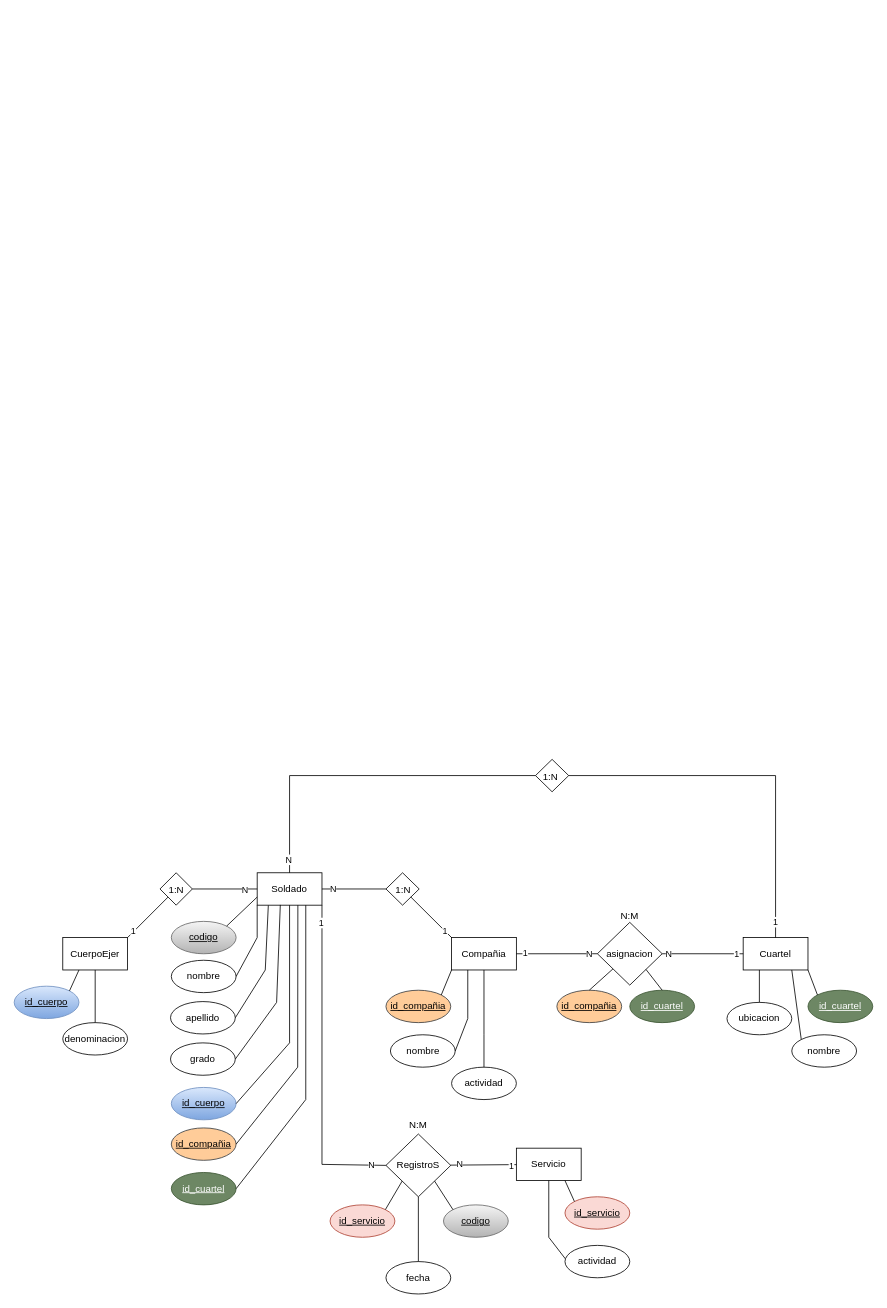
Earlier version of the draw.io diagram page "trabajo-5" (4 of 4) of Diagrama sin título.drawio (JDFrontEnd/programacion-software-sena). Source tidied: cells renumbered, new cells numbered last; positions are measured from the earlier drawing's top-left corner, leaving out a move shared by most shapes. Both pictures are drawn from the tidied source at 81%, with x=0, y=0 at pixel (14, 759).
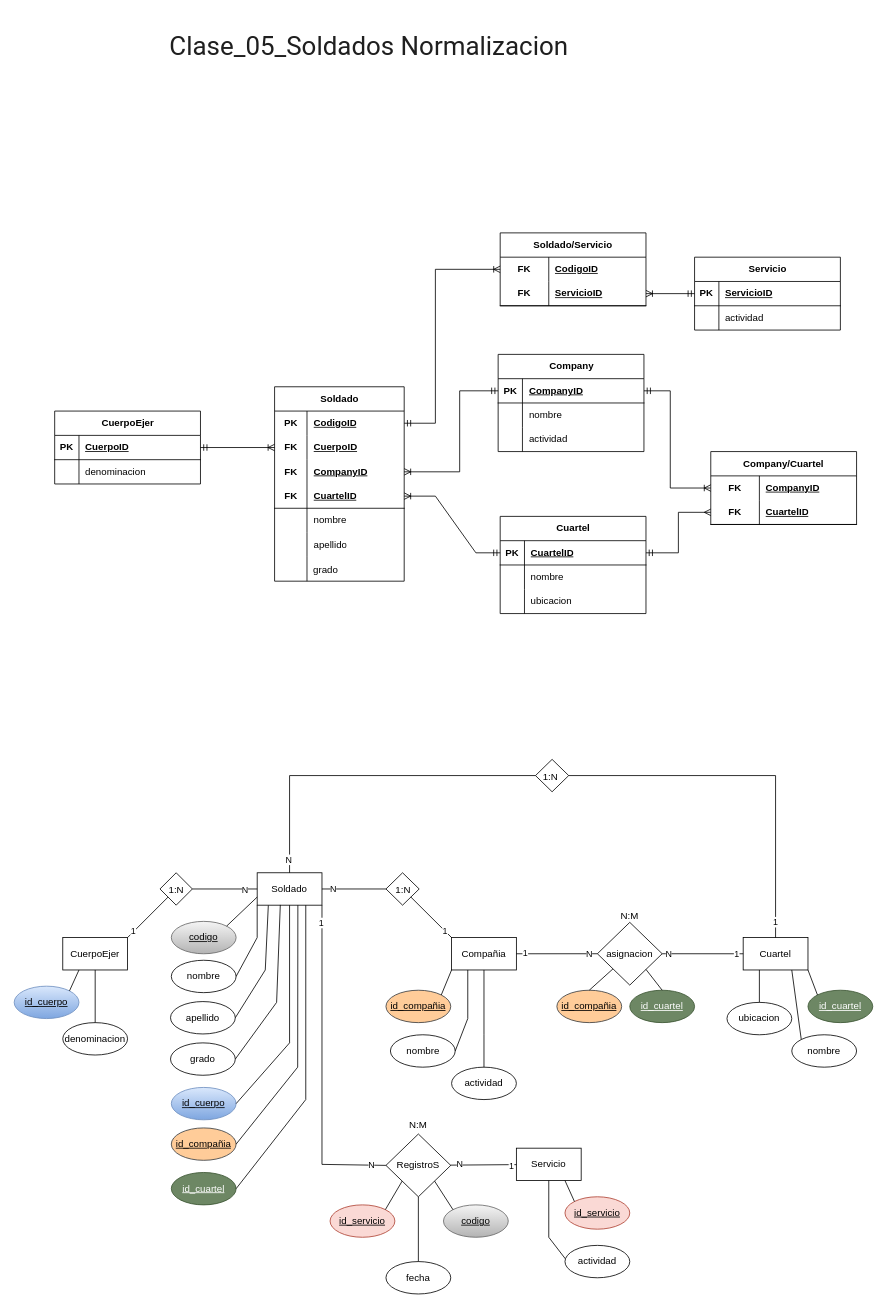
Above is the later version.

The edit, as a diff of the source:
```diff
@@
+    <mxCell id="85" value="Soldado" style="shape=table;startSize=30;childLayout=tableLayout;rowLines=0;fontStyle=1;align=center;html=1;whiteSpace=wrap;" parent="1" vertex="1">
+      <mxGeometry x="321.5" y="-460" width="160" height="240" as="geometry" />
+    </mxCell>
+    <mxCell id="86" style="shape=tableRow;horizontal=0;startSize=0;swimlaneHead=0;swimlaneBody=0;fillColor=none;points=[[0,0.5],[1,0.5]];portConstraint=eastwest;top=0;left=0;right=0;bottom=0;html=1;" parent="85" vertex="1">
+      <mxGeometry y="30" width="160" height="30" as="geometry" />
+    </mxCell>
+    <mxCell id="87" value="PK" style="shape=partialRectangle;fillColor=none;top=0;left=0;bottom=0;right=0;fontStyle=1;overflow=hidden;html=1;whiteSpace=wrap;" parent="86" vertex="1">
+      <mxGeometry width="40" height="30" as="geometry" />
+    </mxCell>
+    <mxCell id="88" value="CodigoID" style="shape=partialRectangle;fillColor=none;top=0;left=0;bottom=0;right=0;align=left;spacingLeft=6;fontStyle=5;overflow=hidden;html=1;whiteSpace=wrap;" parent="86" vertex="1">
+      <mxGeometry x="40" width="120" height="30" as="geometry" />
+    </mxCell>
+    <mxCell id="89" style="shape=tableRow;horizontal=0;startSize=0;swimlaneHead=0;swimlaneBody=0;fillColor=none;points=[[0,0.5],[1,0.5]];portConstraint=eastwest;top=0;left=0;right=0;bottom=0;html=1;" parent="85" vertex="1">
+      <mxGeometry y="60" width="160" height="30" as="geometry" />
+    </mxCell>
+    <mxCell id="90" value="FK" style="shape=partialRectangle;fillColor=none;top=0;left=0;bottom=0;right=0;fontStyle=1;overflow=hidden;html=1;whiteSpace=wrap;" parent="89" vertex="1">
+      <mxGeometry width="40" height="30" as="geometry" />
+    </mxCell>
+    <mxCell id="91" value="CuerpoID" style="shape=partialRectangle;fillColor=none;top=0;left=0;bottom=0;right=0;align=left;spacingLeft=6;fontStyle=5;overflow=hidden;html=1;whiteSpace=wrap;" parent="89" vertex="1">
+      <mxGeometry x="40" width="120" height="30" as="geometry" />
+    </mxCell>
+    <mxCell id="92" style="shape=tableRow;horizontal=0;startSize=0;swimlaneHead=0;swimlaneBody=0;fillColor=none;points=[[0,0.5],[1,0.5]];portConstraint=eastwest;top=0;left=0;right=0;bottom=0;html=1;" parent="85" vertex="1">
+      <mxGeometry y="90" width="160" height="30" as="geometry" />
+    </mxCell>
+    <mxCell id="93" value="FK" style="shape=partialRectangle;fillColor=none;top=0;left=0;bottom=0;right=0;fontStyle=1;overflow=hidden;html=1;whiteSpace=wrap;" parent="92" vertex="1">
+      <mxGeometry width="40" height="30" as="geometry" />
+    </mxCell>
+    <mxCell id="94" value="CompanyID" style="shape=partialRectangle;fillColor=none;top=0;left=0;bottom=0;right=0;align=left;spacingLeft=6;fontStyle=5;overflow=hidden;html=1;whiteSpace=wrap;" parent="92" vertex="1">
+      <mxGeometry x="40" width="120" height="30" as="geometry" />
+    </mxCell>
+    <mxCell id="95" style="shape=tableRow;horizontal=0;startSize=0;swimlaneHead=0;swimlaneBody=0;fillColor=none;points=[[0,0.5],[1,0.5]];portConstraint=eastwest;top=0;left=0;right=0;bottom=1;html=1;" parent="85" vertex="1">
+      <mxGeometry y="120" width="160" height="30" as="geometry" />
+    </mxCell>
+    <mxCell id="96" value="FK" style="shape=partialRectangle;fillColor=none;top=0;left=0;bottom=0;right=0;fontStyle=1;overflow=hidden;html=1;whiteSpace=wrap;" parent="95" vertex="1">
+      <mxGeometry width="40" height="30" as="geometry" />
+    </mxCell>
+    <mxCell id="97" value="CuartelID" style="shape=partialRectangle;fillColor=none;top=0;left=0;bottom=0;right=0;align=left;spacingLeft=6;fontStyle=5;overflow=hidden;html=1;whiteSpace=wrap;" parent="95" vertex="1">
+      <mxGeometry x="40" width="120" height="30" as="geometry" />
+    </mxCell>
+    <mxCell id="98" style="shape=tableRow;horizontal=0;startSize=0;swimlaneHead=0;swimlaneBody=0;fillColor=none;top=0;left=0;right=0;bottom=0;html=1;" parent="85" vertex="1">
+      <mxGeometry y="150" width="160" height="30" as="geometry" />
+    </mxCell>
+    <mxCell id="99" style="shape=partialRectangle;fillColor=none;top=0;left=0;bottom=0;right=0;overflow=hidden;html=1;whiteSpace=wrap;" parent="98" vertex="1">
+      <mxGeometry width="40" height="30" as="geometry" />
+    </mxCell>
+    <mxCell id="100" value="nombre" style="shape=partialRectangle;fillColor=none;top=0;left=0;bottom=0;right=0;align=left;spacingLeft=6;overflow=hidden;html=1;whiteSpace=wrap;" parent="98" vertex="1">
+      <mxGeometry x="40" width="120" height="30" as="geometry" />
+    </mxCell>
+    <mxCell id="101" style="shape=tableRow;horizontal=0;startSize=0;swimlaneHead=0;swimlaneBody=0;fillColor=none;top=0;left=0;right=0;bottom=0;html=1;" parent="85" vertex="1">
+      <mxGeometry y="180" width="160" height="30" as="geometry" />
+    </mxCell>
+    <mxCell id="102" style="shape=partialRectangle;fillColor=none;top=0;left=0;bottom=0;right=0;overflow=hidden;html=1;whiteSpace=wrap;" parent="101" vertex="1">
+      <mxGeometry width="40" height="30" as="geometry" />
+    </mxCell>
+    <mxCell id="103" value="apellido" style="shape=partialRectangle;fillColor=none;top=0;left=0;bottom=0;right=0;align=left;spacingLeft=6;overflow=hidden;html=1;whiteSpace=wrap;" parent="101" vertex="1">
+      <mxGeometry x="40" width="120" height="30" as="geometry" />
+    </mxCell>
+    <mxCell id="104" style="shape=tableRow;horizontal=0;startSize=0;swimlaneHead=0;swimlaneBody=0;fillColor=none;top=0;left=0;right=0;bottom=0;" parent="85" vertex="1">
+      <mxGeometry y="210" width="160" height="30" as="geometry" />
+    </mxCell>
+    <mxCell id="105" style="shape=partialRectangle;fillColor=none;top=0;left=0;bottom=0;right=0;overflow=hidden;" parent="104" vertex="1">
+      <mxGeometry width="40" height="30" as="geometry" />
+    </mxCell>
+    <mxCell id="106" value="grado" style="shape=partialRectangle;fillColor=none;top=0;left=0;bottom=0;right=0;align=left;spacingLeft=6;overflow=hidden;" parent="104" vertex="1">
+      <mxGeometry x="40" width="120" height="30" as="geometry" />
+    </mxCell>
+    <mxCell id="107" value="CuerpoEjer" style="shape=table;startSize=30;childLayout=tableLayout;rowLines=0;fontStyle=1;align=center;html=1;" parent="1" vertex="1">
+      <mxGeometry x="50" y="-430" width="180" height="90" as="geometry" />
+    </mxCell>
+    <mxCell id="108" style="shape=tableRow;horizontal=0;startSize=0;swimlaneHead=0;swimlaneBody=0;fillColor=none;points=[[0,0.5],[1,0.5]];portConstraint=eastwest;top=0;left=0;right=0;bottom=1;" parent="107" vertex="1">
+      <mxGeometry y="30" width="180" height="30" as="geometry" />
+    </mxCell>
+    <mxCell id="109" value="PK" style="shape=partialRectangle;fillColor=none;top=0;left=0;bottom=0;right=0;fontStyle=1;overflow=hidden;whiteSpace=wrap;html=1;" parent="108" vertex="1">
+      <mxGeometry width="30" height="30" as="geometry" />
+    </mxCell>
+    <mxCell id="110" value="CuerpoID" style="shape=partialRectangle;fillColor=none;top=0;left=0;bottom=0;right=0;align=left;spacingLeft=6;fontStyle=5;overflow=hidden;whiteSpace=wrap;html=1;" parent="108" vertex="1">
+      <mxGeometry x="30" width="150" height="30" as="geometry" />
+    </mxCell>
+    <mxCell id="111" style="shape=tableRow;horizontal=0;startSize=0;swimlaneHead=0;swimlaneBody=0;fillColor=none;top=0;left=0;right=0;bottom=0;" parent="107" vertex="1">
+      <mxGeometry y="60" width="180" height="30" as="geometry" />
+    </mxCell>
+    <mxCell id="112" style="shape=partialRectangle;fillColor=none;top=0;left=0;bottom=0;right=0;overflow=hidden;whiteSpace=wrap;html=1;" parent="111" vertex="1">
+      <mxGeometry width="30" height="30" as="geometry" />
+    </mxCell>
+    <mxCell id="113" value="&lt;span style=&quot;text-align: center;&quot;&gt;denominacion&lt;/span&gt;" style="shape=partialRectangle;fillColor=none;top=0;left=0;bottom=0;right=0;align=left;spacingLeft=6;overflow=hidden;whiteSpace=wrap;html=1;" parent="111" vertex="1">
+      <mxGeometry x="30" width="150" height="30" as="geometry" />
+    </mxCell>
+    <mxCell id="114" value="Company" style="shape=table;startSize=30;childLayout=tableLayout;rowLines=0;fontStyle=1;align=center;html=1;" parent="1" vertex="1">
+      <mxGeometry x="597.5" y="-500" width="180" height="120" as="geometry" />
+    </mxCell>
+    <mxCell id="115" style="shape=tableRow;horizontal=0;startSize=0;swimlaneHead=0;swimlaneBody=0;fillColor=none;points=[[0,0.5],[1,0.5]];portConstraint=eastwest;top=0;left=0;right=0;bottom=1;" parent="114" vertex="1">
+      <mxGeometry y="30" width="180" height="30" as="geometry" />
+    </mxCell>
+    <mxCell id="116" value="PK" style="shape=partialRectangle;fillColor=none;top=0;left=0;bottom=0;right=0;fontStyle=1;overflow=hidden;whiteSpace=wrap;html=1;" parent="115" vertex="1">
+      <mxGeometry width="30" height="30" as="geometry" />
+    </mxCell>
+    <mxCell id="117" value="CompanyID" style="shape=partialRectangle;fillColor=none;top=0;left=0;bottom=0;right=0;align=left;spacingLeft=6;fontStyle=5;overflow=hidden;whiteSpace=wrap;html=1;" parent="115" vertex="1">
+      <mxGeometry x="30" width="150" height="30" as="geometry" />
+    </mxCell>
+    <mxCell id="118" style="shape=tableRow;horizontal=0;startSize=0;swimlaneHead=0;swimlaneBody=0;fillColor=none;top=0;left=0;right=0;bottom=0;" parent="114" vertex="1">
+      <mxGeometry y="60" width="180" height="30" as="geometry" />
+    </mxCell>
+    <mxCell id="119" style="shape=partialRectangle;fillColor=none;top=0;left=0;bottom=0;right=0;overflow=hidden;whiteSpace=wrap;html=1;" parent="118" vertex="1">
+      <mxGeometry width="30" height="30" as="geometry" />
+    </mxCell>
+    <mxCell id="120" value="&lt;span style=&quot;text-align: center;&quot;&gt;nombre&lt;/span&gt;" style="shape=partialRectangle;fillColor=none;top=0;left=0;bottom=0;right=0;align=left;spacingLeft=6;overflow=hidden;whiteSpace=wrap;html=1;" parent="118" vertex="1">
+      <mxGeometry x="30" width="150" height="30" as="geometry" />
+    </mxCell>
+    <mxCell id="121" style="shape=tableRow;horizontal=0;startSize=0;swimlaneHead=0;swimlaneBody=0;fillColor=none;top=0;left=0;right=0;bottom=0;" parent="114" vertex="1">
+      <mxGeometry y="90" width="180" height="30" as="geometry" />
+    </mxCell>
+    <mxCell id="122" style="shape=partialRectangle;fillColor=none;top=0;left=0;bottom=0;right=0;overflow=hidden;whiteSpace=wrap;html=1;" parent="121" vertex="1">
+      <mxGeometry width="30" height="30" as="geometry" />
+    </mxCell>
+    <mxCell id="123" value="&lt;span style=&quot;text-align: center;&quot;&gt;actividad&lt;/span&gt;" style="shape=partialRectangle;fillColor=none;top=0;left=0;bottom=0;right=0;align=left;spacingLeft=6;overflow=hidden;whiteSpace=wrap;html=1;" parent="121" vertex="1">
+      <mxGeometry x="30" width="150" height="30" as="geometry" />
+    </mxCell>
+    <mxCell id="124" value="Company/Cuartel" style="shape=table;startSize=30;childLayout=tableLayout;rowLines=0;fontStyle=1;align=center;html=1;whiteSpace=wrap;" parent="1" vertex="1">
+      <mxGeometry x="860" y="-380" width="180" height="90" as="geometry" />
+    </mxCell>
+    <mxCell id="125" style="shape=tableRow;horizontal=0;startSize=0;swimlaneHead=0;swimlaneBody=0;fillColor=none;points=[[0,0.5],[1,0.5]];portConstraint=eastwest;top=0;left=0;right=0;bottom=0;html=1;" parent="124" vertex="1">
+      <mxGeometry y="30" width="180" height="30" as="geometry" />
+    </mxCell>
+    <mxCell id="126" value="FK" style="shape=partialRectangle;fillColor=none;top=0;left=0;bottom=0;right=0;fontStyle=1;overflow=hidden;html=1;whiteSpace=wrap;" parent="125" vertex="1">
+      <mxGeometry width="60" height="30" as="geometry" />
+    </mxCell>
+    <mxCell id="127" value="CompanyID" style="shape=partialRectangle;fillColor=none;top=0;left=0;bottom=0;right=0;align=left;spacingLeft=6;fontStyle=5;overflow=hidden;html=1;whiteSpace=wrap;" parent="125" vertex="1">
+      <mxGeometry x="60" width="120" height="30" as="geometry" />
+    </mxCell>
+    <mxCell id="128" style="shape=tableRow;horizontal=0;startSize=0;swimlaneHead=0;swimlaneBody=0;fillColor=none;points=[[0,0.5],[1,0.5]];portConstraint=eastwest;top=0;left=0;right=0;bottom=1;html=1;" parent="124" vertex="1">
+      <mxGeometry y="60" width="180" height="30" as="geometry" />
+    </mxCell>
+    <mxCell id="129" value="FK" style="shape=partialRectangle;fillColor=none;top=0;left=0;bottom=0;right=0;fontStyle=1;overflow=hidden;html=1;whiteSpace=wrap;" parent="128" vertex="1">
+      <mxGeometry width="60" height="30" as="geometry" />
+    </mxCell>
+    <mxCell id="130" value="CuartelID" style="shape=partialRectangle;fillColor=none;top=0;left=0;bottom=0;right=0;align=left;spacingLeft=6;fontStyle=5;overflow=hidden;html=1;whiteSpace=wrap;" parent="128" vertex="1">
+      <mxGeometry x="60" width="120" height="30" as="geometry" />
+    </mxCell>
+    <mxCell id="131" value="Cuartel" style="shape=table;startSize=30;childLayout=tableLayout;rowLines=0;fontStyle=1;align=center;html=1;" parent="1" vertex="1">
+      <mxGeometry x="600" y="-300" width="180" height="120" as="geometry" />
+    </mxCell>
+    <mxCell id="132" style="shape=tableRow;horizontal=0;startSize=0;swimlaneHead=0;swimlaneBody=0;fillColor=none;points=[[0,0.5],[1,0.5]];portConstraint=eastwest;top=0;left=0;right=0;bottom=1;" parent="131" vertex="1">
+      <mxGeometry y="30" width="180" height="30" as="geometry" />
+    </mxCell>
+    <mxCell id="133" value="PK" style="shape=partialRectangle;fillColor=none;top=0;left=0;bottom=0;right=0;fontStyle=1;overflow=hidden;whiteSpace=wrap;html=1;" parent="132" vertex="1">
+      <mxGeometry width="30" height="30" as="geometry" />
+    </mxCell>
+    <mxCell id="134" value="CuartelID" style="shape=partialRectangle;fillColor=none;top=0;left=0;bottom=0;right=0;align=left;spacingLeft=6;fontStyle=5;overflow=hidden;whiteSpace=wrap;html=1;" parent="132" vertex="1">
+      <mxGeometry x="30" width="150" height="30" as="geometry" />
+    </mxCell>
+    <mxCell id="135" style="shape=tableRow;horizontal=0;startSize=0;swimlaneHead=0;swimlaneBody=0;fillColor=none;top=0;left=0;right=0;bottom=0;" parent="131" vertex="1">
+      <mxGeometry y="60" width="180" height="30" as="geometry" />
+    </mxCell>
+    <mxCell id="136" style="shape=partialRectangle;fillColor=none;top=0;left=0;bottom=0;right=0;overflow=hidden;whiteSpace=wrap;html=1;" parent="135" vertex="1">
+      <mxGeometry width="30" height="30" as="geometry" />
+    </mxCell>
+    <mxCell id="137" value="&lt;span style=&quot;text-align: center;&quot;&gt;nombre&lt;/span&gt;" style="shape=partialRectangle;fillColor=none;top=0;left=0;bottom=0;right=0;align=left;spacingLeft=6;overflow=hidden;whiteSpace=wrap;html=1;" parent="135" vertex="1">
+      <mxGeometry x="30" width="150" height="30" as="geometry" />
+    </mxCell>
+    <mxCell id="138" style="shape=tableRow;horizontal=0;startSize=0;swimlaneHead=0;swimlaneBody=0;fillColor=none;top=0;left=0;right=0;bottom=0;" parent="131" vertex="1">
+      <mxGeometry y="90" width="180" height="30" as="geometry" />
+    </mxCell>
+    <mxCell id="139" style="shape=partialRectangle;fillColor=none;top=0;left=0;bottom=0;right=0;overflow=hidden;whiteSpace=wrap;html=1;" parent="138" vertex="1">
+      <mxGeometry width="30" height="30" as="geometry" />
+    </mxCell>
+    <mxCell id="140" value="&lt;span style=&quot;text-align: center;&quot;&gt;ubicacion&lt;/span&gt;" style="shape=partialRectangle;fillColor=none;top=0;left=0;bottom=0;right=0;align=left;spacingLeft=6;overflow=hidden;whiteSpace=wrap;html=1;" parent="138" vertex="1">
+      <mxGeometry x="30" width="150" height="30" as="geometry" />
+    </mxCell>
+    <mxCell id="141" value="Soldado/Servicio" style="shape=table;startSize=30;childLayout=tableLayout;rowLines=0;fontStyle=1;align=center;html=1;whiteSpace=wrap;" parent="1" vertex="1">
+      <mxGeometry x="600" y="-650" width="180" height="90" as="geometry" />
+    </mxCell>
+    <mxCell id="142" style="shape=tableRow;horizontal=0;startSize=0;swimlaneHead=0;swimlaneBody=0;fillColor=none;points=[[0,0.5],[1,0.5]];portConstraint=eastwest;top=0;left=0;right=0;bottom=0;html=1;" parent="141" vertex="1">
+      <mxGeometry y="30" width="180" height="30" as="geometry" />
+    </mxCell>
+    <mxCell id="143" value="FK" style="shape=partialRectangle;fillColor=none;top=0;left=0;bottom=0;right=0;fontStyle=1;overflow=hidden;html=1;whiteSpace=wrap;" parent="142" vertex="1">
+      <mxGeometry width="60" height="30" as="geometry" />
+    </mxCell>
+    <mxCell id="144" value="CodigoID" style="shape=partialRectangle;fillColor=none;top=0;left=0;bottom=0;right=0;align=left;spacingLeft=6;fontStyle=5;overflow=hidden;html=1;whiteSpace=wrap;" parent="142" vertex="1">
+      <mxGeometry x="60" width="120" height="30" as="geometry" />
+    </mxCell>
+    <mxCell id="145" style="shape=tableRow;horizontal=0;startSize=0;swimlaneHead=0;swimlaneBody=0;fillColor=none;points=[[0,0.5],[1,0.5]];portConstraint=eastwest;top=0;left=0;right=0;bottom=1;html=1;" parent="141" vertex="1">
+      <mxGeometry y="60" width="180" height="30" as="geometry" />
+    </mxCell>
+    <mxCell id="146" value="FK" style="shape=partialRectangle;fillColor=none;top=0;left=0;bottom=0;right=0;fontStyle=1;overflow=hidden;html=1;whiteSpace=wrap;" parent="145" vertex="1">
+      <mxGeometry width="60" height="30" as="geometry" />
+    </mxCell>
+    <mxCell id="147" value="ServicioID" style="shape=partialRectangle;fillColor=none;top=0;left=0;bottom=0;right=0;align=left;spacingLeft=6;fontStyle=5;overflow=hidden;html=1;whiteSpace=wrap;" parent="145" vertex="1">
+      <mxGeometry x="60" width="120" height="30" as="geometry" />
+    </mxCell>
+    <mxCell id="148" value="Servicio" style="shape=table;startSize=30;childLayout=tableLayout;rowLines=0;fontStyle=1;align=center;html=1;" parent="1" vertex="1">
+      <mxGeometry x="840" y="-620" width="180" height="90" as="geometry" />
+    </mxCell>
+    <mxCell id="149" style="shape=tableRow;horizontal=0;startSize=0;swimlaneHead=0;swimlaneBody=0;fillColor=none;points=[[0,0.5],[1,0.5]];portConstraint=eastwest;top=0;left=0;right=0;bottom=1;" parent="148" vertex="1">
+      <mxGeometry y="30" width="180" height="30" as="geometry" />
+    </mxCell>
+    <mxCell id="150" value="PK" style="shape=partialRectangle;fillColor=none;top=0;left=0;bottom=0;right=0;fontStyle=1;overflow=hidden;whiteSpace=wrap;html=1;" parent="149" vertex="1">
+      <mxGeometry width="30" height="30" as="geometry" />
+    </mxCell>
+    <mxCell id="151" value="ServicioID" style="shape=partialRectangle;fillColor=none;top=0;left=0;bottom=0;right=0;align=left;spacingLeft=6;fontStyle=5;overflow=hidden;whiteSpace=wrap;html=1;" parent="149" vertex="1">
+      <mxGeometry x="30" width="150" height="30" as="geometry" />
+    </mxCell>
+    <mxCell id="152" style="shape=tableRow;horizontal=0;startSize=0;swimlaneHead=0;swimlaneBody=0;fillColor=none;top=0;left=0;right=0;bottom=0;" parent="148" vertex="1">
+      <mxGeometry y="60" width="180" height="30" as="geometry" />
+    </mxCell>
+    <mxCell id="153" style="shape=partialRectangle;fillColor=none;top=0;left=0;bottom=0;right=0;overflow=hidden;whiteSpace=wrap;html=1;" parent="152" vertex="1">
+      <mxGeometry width="30" height="30" as="geometry" />
+    </mxCell>
+    <mxCell id="154" value="&lt;span style=&quot;text-align: center;&quot;&gt;actividad&lt;/span&gt;" style="shape=partialRectangle;fillColor=none;top=0;left=0;bottom=0;right=0;align=left;spacingLeft=6;overflow=hidden;whiteSpace=wrap;html=1;" parent="152" vertex="1">
+      <mxGeometry x="30" width="150" height="30" as="geometry" />
+    </mxCell>
+    <mxCell id="155" style="endArrow=ERmandOne;html=1;rounded=0;defaultLabelBackgroundColor=page;entryX=1;entryY=0.5;entryDx=0;entryDy=0;exitX=0;exitY=0.5;exitDx=0;exitDy=0;endFill=0;startArrow=ERoneToMany;startFill=0;" parent="1" edge="1" source="89" target="108">
+      <mxGeometry relative="1" as="geometry" />
+    </mxCell>
+    <mxCell id="156" style="endArrow=ERmandOne;html=1;rounded=0;defaultLabelBackgroundColor=page;exitX=1;exitY=0.5;exitDx=0;exitDy=0;entryX=0;entryY=0.5;entryDx=0;entryDy=0;endFill=0;startArrow=ERoneToMany;startFill=0;" parent="1" edge="1" source="92" target="115">
+      <mxGeometry relative="1" as="geometry">
+        <Array as="points">
+          <mxPoint x="550" y="-355" />
+          <mxPoint x="550" y="-455" />
+        </Array>
+      </mxGeometry>
+    </mxCell>
+    <mxCell id="157" style="endArrow=ERmandOne;html=1;rounded=0;defaultLabelBackgroundColor=page;exitX=1;exitY=0.5;exitDx=0;exitDy=0;entryX=0;entryY=0.5;entryDx=0;entryDy=0;endFill=0;startArrow=ERoneToMany;startFill=0;" parent="1" edge="1" source="95" target="132">
+      <mxGeometry relative="1" as="geometry">
+        <Array as="points">
+          <mxPoint x="520" y="-325" />
+          <mxPoint x="570" y="-255" />
+        </Array>
+      </mxGeometry>
+    </mxCell>
+    <mxCell id="158" style="endArrow=ERmany;html=1;rounded=0;defaultLabelBackgroundColor=page;entryX=0;entryY=0.5;entryDx=0;entryDy=0;exitX=1;exitY=0.5;exitDx=0;exitDy=0;startArrow=ERmandOne;startFill=0;endFill=0;" parent="1" edge="1" source="132" target="128">
+      <mxGeometry x="-0.03" relative="1" as="geometry">
+        <Array as="points">
+          <mxPoint x="820" y="-255" />
+          <mxPoint x="820" y="-305" />
+        </Array>
+      </mxGeometry>
+    </mxCell>
+    <mxCell id="159" style="endArrow=ERoneToMany;html=1;rounded=0;defaultLabelBackgroundColor=page;entryX=0;entryY=0.5;entryDx=0;entryDy=0;exitX=1;exitY=0.5;exitDx=0;exitDy=0;startArrow=ERmandOne;startFill=0;endFill=0;" parent="1" edge="1" source="115" target="125">
+      <mxGeometry relative="1" as="geometry">
+        <Array as="points">
+          <mxPoint x="810" y="-455" />
+          <mxPoint x="810" y="-335" />
+        </Array>
+      </mxGeometry>
+    </mxCell>
+    <mxCell id="160" style="endArrow=ERmandOne;html=1;rounded=0;defaultLabelBackgroundColor=page;entryX=1;entryY=0.5;entryDx=0;entryDy=0;exitX=0;exitY=0.5;exitDx=0;exitDy=0;endFill=0;startArrow=ERoneToMany;startFill=0;" parent="1" edge="1" source="142" target="86">
+      <mxGeometry x="-0.01" relative="1" as="geometry">
+        <Array as="points">
+          <mxPoint x="520" y="-605" />
+          <mxPoint x="520" y="-415" />
+        </Array>
+      </mxGeometry>
+    </mxCell>
+    <mxCell id="161" style="endArrow=ERmandOne;html=1;rounded=0;defaultLabelBackgroundColor=page;entryX=0;entryY=0.5;entryDx=0;entryDy=0;exitX=1;exitY=0.5;exitDx=0;exitDy=0;endFill=0;startArrow=ERoneToMany;startFill=0;" parent="1" edge="1" source="145" target="149">
+      <mxGeometry relative="1" as="geometry" />
+    </mxCell>
+    <mxCell id="162" value="&lt;br class=&quot;Apple-interchange-newline&quot;&gt;&lt;span style=&quot;color: rgb(31, 31, 31); font-family: &amp;quot;Google Sans&amp;quot;, Roboto, Arial, sans-serif; font-size: 32px; font-style: normal; font-variant-ligatures: normal; font-variant-caps: normal; font-weight: 400; letter-spacing: normal; orphans: 2; text-align: start; text-indent: 0px; text-transform: none; widows: 2; word-spacing: 0px; -webkit-text-stroke-width: 0px; white-space: pre-wrap; background-color: rgb(255, 255, 255); text-decoration-thickness: initial; text-decoration-style: initial; text-decoration-color: initial; display: inline !important; float: none;&quot;&gt;Clase_05_Soldados Normalizacion&lt;/span&gt;" style="text;whiteSpace=wrap;html=1;" parent="1" vertex="1">
+      <mxGeometry x="190" y="-920" width="530" height="80" as="geometry" />
+    </mxCell>
```
